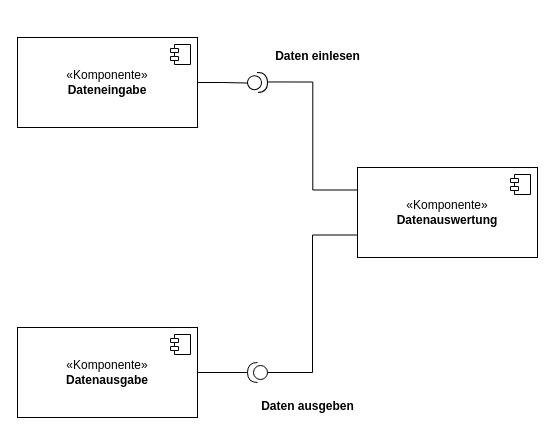
INKSec/Diagramme keeps this draw.io diagram as Komponentendiagramm.drawio. Above is the earlier version. Source tidied: cells renumbered, new cells numbered last; positions are measured from the earlier drawing's top-left corner, leaving out a move shared by most shapes. Both pictures are drawn from the tidied source at 100%, with x=0, y=0 at pixel (17, 32).
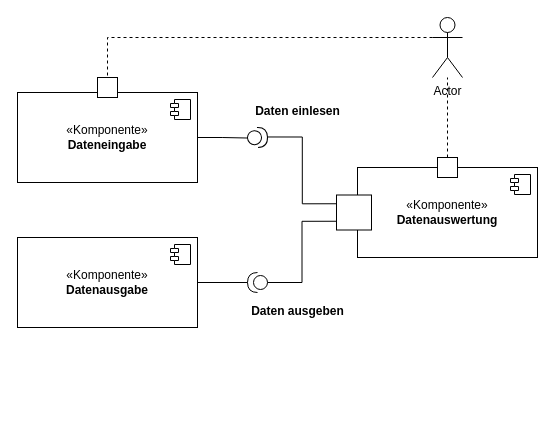
The same diagram, later.

Unchanged cells that the change refers to:
```xml
<mxCell id="6" value="«Komponente»&lt;br&gt;&lt;b&gt;Datenauswertung&lt;/b&gt;" style="html=1;whiteSpace=wrap;" parent="1" vertex="1">
  <mxGeometry x="340" y="135" width="180" height="90" as="geometry" />
</mxCell>
```

Change to the diagram source:
```diff
@@
     <mxCell id="2" value="«Komponente»&lt;br&gt;&lt;b&gt;Dateneingabe&lt;/b&gt;" style="html=1;whiteSpace=wrap;" parent="1" vertex="1">
-      <mxGeometry y="5" width="180" height="90" as="geometry" />
+      <mxGeometry y="60" width="180" height="90" as="geometry" />
     </mxCell>
@@
     <mxCell id="4" value="«Komponente»&lt;br&gt;&lt;b&gt;Datenausgabe&lt;/b&gt;" style="html=1;whiteSpace=wrap;" parent="1" vertex="1">
-      <mxGeometry y="295" width="180" height="90" as="geometry" />
+      <mxGeometry y="205" width="180" height="90" as="geometry" />
     </mxCell>
@@
     <mxCell id="8" style="shape=providedRequiredInterface;html=1;verticalLabelPosition=bottom;sketch=0;rotation=-3;" parent="1" vertex="1">
-      <mxGeometry x="230" y="40" width="20" height="20" as="geometry" />
+      <mxGeometry x="230" y="95" width="20" height="20" as="geometry" />
     </mxCell>
@@
-    <mxCell id="10" style="edgeStyle=orthogonalEdgeStyle;rounded=0;jettySize=auto;html=1;exitX=1;exitY=0.5;exitDx=0;exitDy=0;exitPerimeter=0;entryX=0;entryY=0.25;entryDx=0;entryDy=0;endArrow=none;endFill=0;" parent="1" edge="1" source="8" target="6">
+    <mxCell id="10" style="edgeStyle=orthogonalEdgeStyle;rounded=0;jettySize=auto;html=1;exitX=1;exitY=0.5;exitDx=0;exitDy=0;exitPerimeter=0;entryX=0;entryY=0.25;entryDx=0;entryDy=0;endArrow=none;endFill=0;" parent="1" edge="1" source="8" target="17">
       <mxGeometry relative="1" as="geometry" />
     </mxCell>
@@
     <mxCell id="12" style="shape=providedRequiredInterface;html=1;verticalLabelPosition=bottom;sketch=0;rotation=-180;" parent="1" vertex="1">
-      <mxGeometry x="230" y="330" width="20" height="20" as="geometry" />
+      <mxGeometry x="230" y="240" width="20" height="20" as="geometry" />
     </mxCell>
-    <mxCell id="13" style="edgeStyle=orthogonalEdgeStyle;rounded=0;jettySize=auto;html=1;exitX=0;exitY=0.75;exitDx=0;exitDy=0;entryX=0;entryY=0.5;entryDx=0;entryDy=0;entryPerimeter=0;endArrow=none;endFill=0;" parent="1" edge="1" source="6" target="12">
+    <mxCell id="13" style="edgeStyle=orthogonalEdgeStyle;rounded=0;jettySize=auto;html=1;exitX=0;exitY=0.75;exitDx=0;exitDy=0;entryX=0;entryY=0.5;entryDx=0;entryDy=0;entryPerimeter=0;endArrow=none;endFill=0;" parent="1" edge="1" source="17" target="12">
       <mxGeometry relative="1" as="geometry" />
     </mxCell>
     <mxCell id="14" value="&lt;font style=&quot;font-size: 12px;&quot;&gt;Daten einlesen&lt;/font&gt;" style="text;strokeColor=none;fillColor=none;html=1;fontSize=24;fontStyle=1;verticalAlign=middle;align=center;" parent="1" vertex="1">
-      <mxGeometry x="250" width="100" height="40" as="geometry" />
+      <mxGeometry x="230" y="55" width="100" height="40" as="geometry" />
     </mxCell>
     <mxCell id="15" value="&lt;font style=&quot;font-size: 12px;&quot;&gt;Daten ausgeben&lt;/font&gt;" style="text;strokeColor=none;fillColor=none;html=1;fontSize=24;fontStyle=1;verticalAlign=middle;align=center;" parent="1" vertex="1">
-      <mxGeometry x="240" y="350" width="100" height="40" as="geometry" />
+      <mxGeometry x="230" y="255" width="100" height="40" as="geometry" />
     </mxCell>
+    <mxCell id="16" style="whiteSpace=wrap;html=1;" parent="1" vertex="1">
+      <mxGeometry x="80" y="45" width="20" height="20" as="geometry" />
+    </mxCell>
+    <mxCell id="17" style="whiteSpace=wrap;html=1;" parent="1" vertex="1">
+      <mxGeometry x="319" y="162.5" width="35" height="35" as="geometry" />
+    </mxCell>
+    <mxCell id="18" style="edgeStyle=orthogonalEdgeStyle;rounded=0;jettySize=auto;html=1;exitX=0.5;exitY=0;exitDx=0;exitDy=0;startArrow=none;startFill=0;endArrow=none;endFill=0;dashed=1;" parent="1" edge="1" source="19" target="21">
+      <mxGeometry relative="1" as="geometry" />
+    </mxCell>
+    <mxCell id="19" style="whiteSpace=wrap;html=1;" parent="1" vertex="1">
+      <mxGeometry x="420" y="125" width="20" height="20" as="geometry" />
+    </mxCell>
+    <mxCell id="20" style="edgeStyle=orthogonalEdgeStyle;rounded=0;jettySize=auto;html=1;exitX=0;exitY=0.3333333333333333;exitDx=0;exitDy=0;exitPerimeter=0;endArrow=none;endFill=0;entryX=0.5;entryY=0;entryDx=0;entryDy=0;dashed=1;" parent="1" edge="1" source="21" target="16">
+      <mxGeometry relative="1" as="geometry" />
+    </mxCell>
+    <mxCell id="21" value="Actor" style="shape=umlActor;verticalLabelPosition=bottom;verticalAlign=top;html=1;outlineConnect=0;" parent="1" vertex="1">
+      <mxGeometry x="415" y="-15" width="30" height="60" as="geometry" />
+    </mxCell>
```
